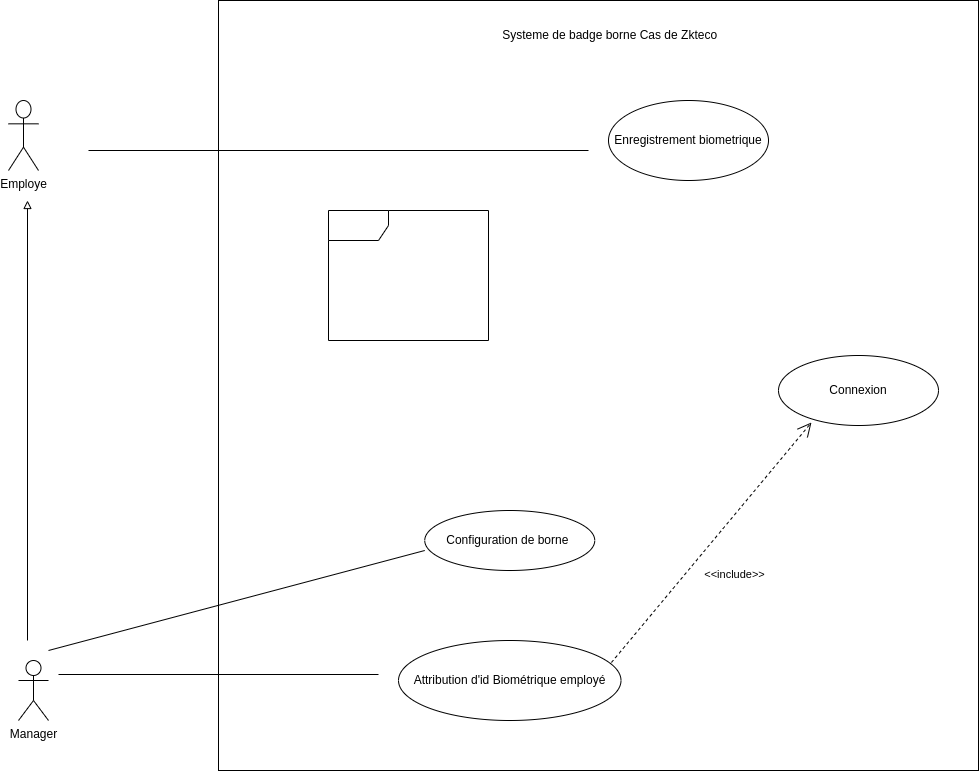
This is static/UsecaseZkteco.drawio.png from Siluearsene/borne_biometrique, a draw.io export, as it was before one commit. Source tidied: cells renumbered, new cells last; positions are measured from the earlier drawing's top-left corner, leaving out a move shared by most shapes.
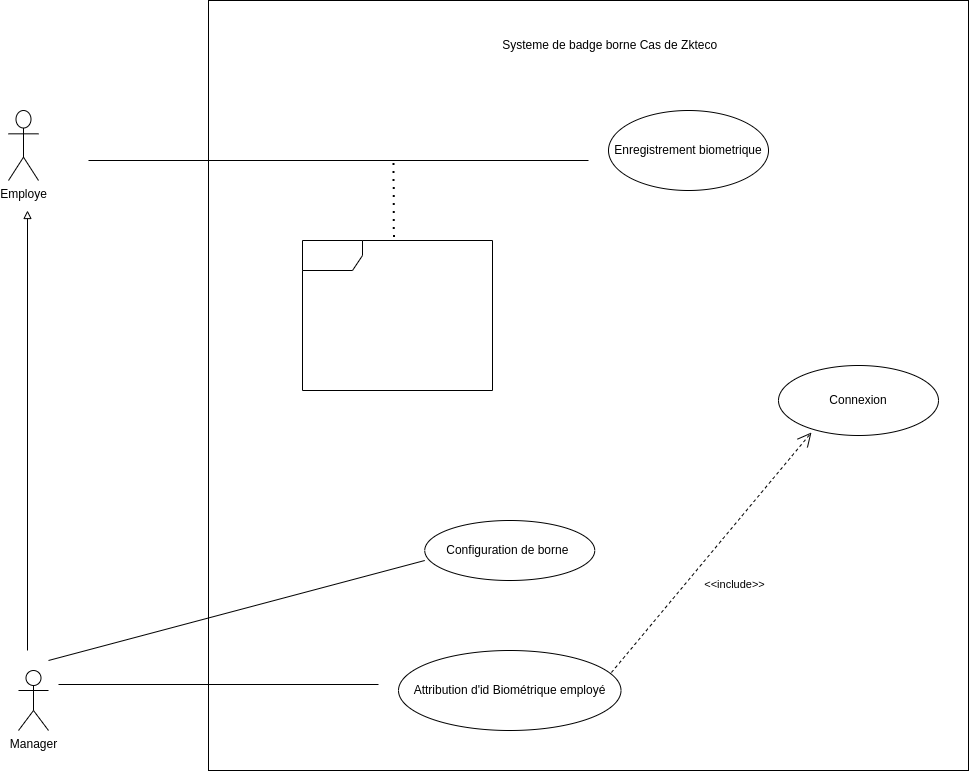
The same file after the commit.

Commit message:
Mettre à jour UsecaseZkteco.drawio.png

Change to the diagram source:
```diff
@@ -9,7 +9,7 @@
       <mxGeometry x="10" y="660" width="30" height="60" as="geometry" />
     </mxCell>
     <mxCell id="4" style="rounded=0;whiteSpace=wrap;html=1;" parent="1" vertex="1">
-      <mxGeometry x="210" width="760" height="770" as="geometry" />
+      <mxGeometry x="200" y="-10" width="760" height="770" as="geometry" />
     </mxCell>
     <mxCell id="5" value="Systeme de badge borne Cas de Zkteco&amp;nbsp;&amp;nbsp;" style="text;html=1;strokeColor=none;fillColor=none;align=center;verticalAlign=middle;whiteSpace=wrap;rounded=0;" parent="1" vertex="1">
       <mxGeometry x="480" y="20" width="250" height="30" as="geometry" />
@@ -53,7 +53,10 @@
       <mxGeometry x="80" y="146" width="500" height="8" as="geometry" />
     </mxCell>
     <mxCell id="16" style="shape=umlFrame;whiteSpace=wrap;html=1;" parent="1" vertex="1">
-      <mxGeometry x="320" y="210" width="160" height="130" as="geometry" />
+      <mxGeometry x="294" y="230" width="190" height="150" as="geometry" />
     </mxCell>
+    <mxCell id="17" style="endArrow=none;dashed=1;html=1;dashPattern=1 3;strokeWidth=2;rounded=0;entryX=0.61;entryY=0.625;entryDx=0;entryDy=0;entryPerimeter=0;exitX=0.481;exitY=-0.023;exitDx=0;exitDy=0;exitPerimeter=0;" parent="1" edge="1" source="16" target="15">
+      <mxGeometry relative="1" as="geometry" />
+    </mxCell>
   </root>
 </mxGraphModel>
```
